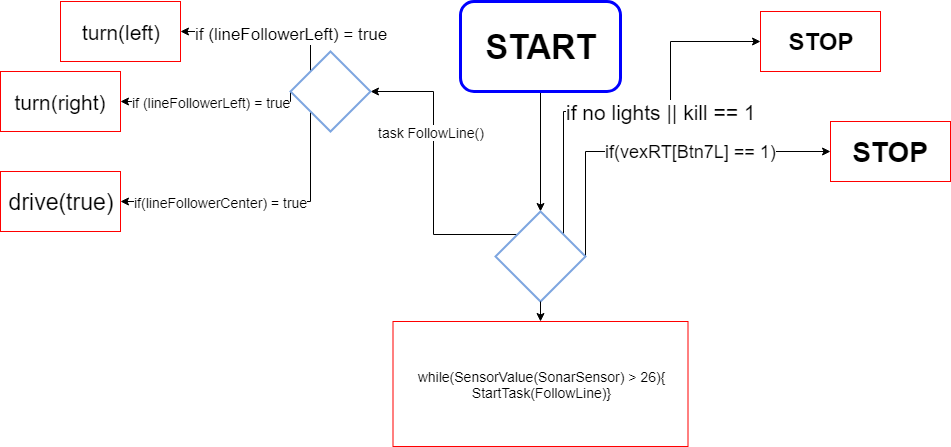
Before: verkefni6/verkefni6_flaedirit.png, a diagram exported from draw.io (BergurIngiO/rob2a). Source tidied: cells renumbered, new cells last; positions are measured from the earlier drawing's top-left corner, leaving out a move shared by most shapes.
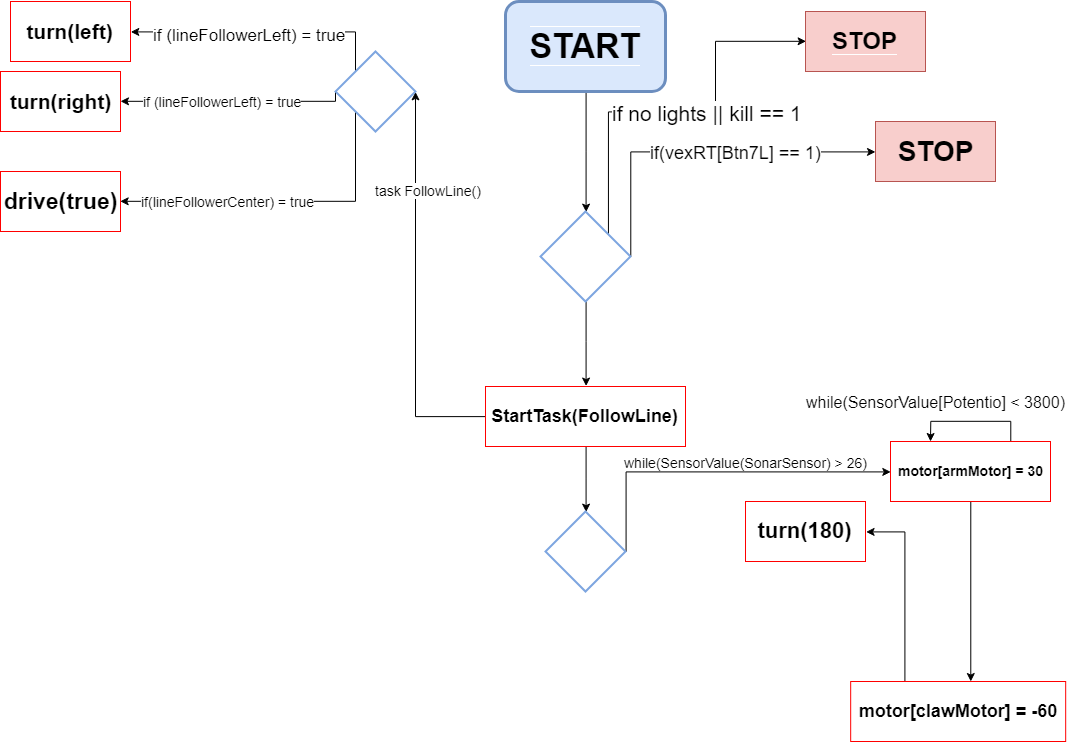
The same diagram one commit later.

What changed in the source:
```diff
@@ -5,7 +5,7 @@
     <mxCell id="2" style="edgeStyle=orthogonalEdgeStyle;rounded=0;html=1;exitX=0.5;exitY=1;jettySize=auto;fontSize=21;fontColor=#000000;" parent="1" edge="1" source="3" target="10">
       <mxGeometry relative="1" as="geometry" />
     </mxCell>
-    <mxCell id="3" value="&lt;b&gt;&lt;font style=&quot;font-size: 34px&quot;&gt;START&lt;/font&gt;&lt;/b&gt;" style="rounded=1;whiteSpace=wrap;html=1;labelBackgroundColor=#FFFFFF;strokeColor=#0000FF;fontSize=21;fontColor=#000000;strokeWidth=3;" parent="1" vertex="1">
+    <mxCell id="3" value="&lt;b&gt;&lt;font style=&quot;font-size: 34px ; background-color: rgb(218 , 232 , 252)&quot;&gt;START&lt;/font&gt;&lt;/b&gt;" style="rounded=1;whiteSpace=wrap;html=1;labelBackgroundColor=#FFFFFF;strokeColor=#6c8ebf;fontSize=21;fontColor=#000000;strokeWidth=3;fillColor=#dae8fc;" parent="1" vertex="1">
       <mxGeometry x="460" width="160" height="90" as="geometry" />
     </mxCell>
     <mxCell id="4" style="edgeStyle=orthogonalEdgeStyle;rounded=0;html=1;exitX=1;exitY=0;jettySize=auto;fontSize=21;fontColor=#000000;" parent="1" edge="1" source="10">
@@ -22,11 +22,10 @@
         <mxPoint x="97" y="-33" as="offset" />
       </mxGeometry>
     </mxCell>
-    <mxCell id="6" style="edgeStyle=orthogonalEdgeStyle;rounded=0;html=1;exitX=0;exitY=0;entryX=1;entryY=0.5;jettySize=auto;fontSize=21;fontColor=#000000;" parent="1" edge="1" source="10" target="18">
+    <mxCell id="6" style="edgeStyle=orthogonalEdgeStyle;rounded=0;html=1;exitX=0;exitY=0.5;entryX=1;entryY=0.5;jettySize=auto;fontSize=21;fontColor=#000000;" parent="1" edge="1" source="28" target="18">
       <mxGeometry relative="1" as="geometry">
         <Array as="points">
-          <mxPoint x="433" y="233" />
-          <mxPoint x="433" y="90" />
+          <mxPoint x="370" y="415" />
         </Array>
       </mxGeometry>
     </mxCell>
@@ -47,15 +46,27 @@
         <mxPoint x="32" y="3" as="offset" />
       </mxGeometry>
     </mxCell>
+    <mxCell id="25" style="edgeStyle=orthogonalEdgeStyle;rounded=0;html=1;exitX=0.5;exitY=1;entryX=0.5;entryY=0;jettySize=auto;fontSize=14;fontColor=#000000;" parent="1" edge="1" source="10" target="28">
+      <mxGeometry relative="1" as="geometry">
+        <Array as="points">
+          <mxPoint x="540" y="340" />
+          <mxPoint x="540" y="340" />
+        </Array>
+      </mxGeometry>
+    </mxCell>
+    <mxCell id="26" value="&lt;span&gt;while(SensorValue(SonarSensor) &amp;gt; 26)&lt;/span&gt;&lt;br&gt;" style="text;html=1;align=center;verticalAlign=middle;labelBackgroundColor=#ffffff;fontSize=14;fontColor=#000000;" parent="25" vertex="1">
+      <mxGeometry x="-0.31" relative="1" as="geometry">
+        <mxPoint x="159.5" y="131" as="offset" />
+      </mxGeometry>
+    </mxCell>
     <mxCell id="10" style="rhombus;whiteSpace=wrap;html=1;labelBackgroundColor=#FFFFFF;strokeColor=#7EA6E0;fontSize=21;fontColor=#000000;strokeWidth=2;" parent="1" vertex="1">
       <mxGeometry x="495" y="210" width="90" height="90" as="geometry" />
     </mxCell>
-    <mxCell id="11" value="&lt;b&gt;&lt;font style=&quot;font-size: 24px&quot;&gt;STOP&lt;/font&gt;&lt;/b&gt;" style="rounded=0;whiteSpace=wrap;html=1;labelBackgroundColor=#FFFFFF;strokeColor=#FF0000;fontSize=21;fontColor=#000000;" parent="1" vertex="1">
+    <mxCell id="11" value="&lt;b&gt;&lt;font style=&quot;font-size: 24px ; background-color: rgb(248 , 206 , 204)&quot;&gt;STOP&lt;/font&gt;&lt;/b&gt;" style="rounded=0;whiteSpace=wrap;html=1;labelBackgroundColor=#FFFFFF;strokeColor=#b85450;fontSize=21;fontColor=#000000;fillColor=#f8cecc;" parent="1" vertex="1">
       <mxGeometry x="760" y="10" width="120" height="60" as="geometry" />
     </mxCell>
-    <mxCell id="12" style="edgeStyle=orthogonalEdgeStyle;rounded=0;html=1;exitX=0;exitY=0;jettySize=auto;fontSize=21;fontColor=#000000;" parent="1" edge="1" source="18">
+    <mxCell id="12" style="edgeStyle=orthogonalEdgeStyle;rounded=0;html=1;exitX=0;exitY=0;jettySize=auto;fontSize=21;fontColor=#000000;entryX=1;entryY=0.5;" parent="1" edge="1" source="18" target="19">
       <mxGeometry relative="1" as="geometry">
-        <mxPoint x="180" y="30" as="targetPoint" />
         <Array as="points">
           <mxPoint x="310" y="30" />
         </Array>
@@ -63,7 +74,7 @@
     </mxCell>
     <mxCell id="13" value="&lt;font style=&quot;font-size: 17px&quot;&gt;if (lineFollowerLeft) = true&lt;/font&gt;" style="text;html=1;align=center;verticalAlign=middle;labelBackgroundColor=#ffffff;fontSize=21;fontColor=#000000;" parent="12" vertex="1">
       <mxGeometry x="0.52" relative="1" as="geometry">
-        <mxPoint x="69" as="offset" />
+        <mxPoint x="55" as="offset" />
       </mxGeometry>
     </mxCell>
     <mxCell id="14" style="edgeStyle=orthogonalEdgeStyle;rounded=0;html=1;exitX=0;exitY=0.5;jettySize=auto;fontSize=21;fontColor=#000000;" parent="1" edge="1" source="18" target="20">
@@ -78,9 +89,8 @@
         <mxPoint x="45" as="offset" />
       </mxGeometry>
     </mxCell>
-    <mxCell id="16" style="edgeStyle=orthogonalEdgeStyle;rounded=0;html=1;exitX=0;exitY=1;jettySize=auto;fontSize=14;fontColor=#000000;" parent="1" edge="1" source="18">
+    <mxCell id="16" style="edgeStyle=orthogonalEdgeStyle;rounded=0;html=1;exitX=0;exitY=1;jettySize=auto;fontSize=14;fontColor=#000000;entryX=1;entryY=0.5;" parent="1" edge="1" source="18" target="21">
       <mxGeometry relative="1" as="geometry">
-        <mxPoint x="120" y="200" as="targetPoint" />
         <Array as="points">
           <mxPoint x="310" y="200" />
         </Array>
@@ -94,23 +104,63 @@
     <mxCell id="18" style="rhombus;whiteSpace=wrap;html=1;labelBackgroundColor=#FFFFFF;strokeColor=#7EA6E0;fontSize=21;fontColor=#000000;strokeWidth=2;" parent="1" vertex="1">
       <mxGeometry x="290" y="50" width="80" height="80" as="geometry" />
     </mxCell>
-    <mxCell id="19" value="turn(left)" style="rounded=0;whiteSpace=wrap;html=1;labelBackgroundColor=#FFFFFF;strokeColor=#FF0000;fontSize=21;fontColor=#000000;" parent="1" vertex="1">
-      <mxGeometry x="60" width="120" height="60" as="geometry" />
+    <mxCell id="19" value="&lt;b&gt;turn(left)&lt;/b&gt;" style="rounded=0;whiteSpace=wrap;html=1;labelBackgroundColor=#FFFFFF;strokeColor=#FF0000;fontSize=21;fontColor=#000000;" parent="1" vertex="1">
+      <mxGeometry x="-35" width="120" height="60" as="geometry" />
     </mxCell>
-    <mxCell id="20" value="&lt;font style=&quot;font-size: 21px&quot;&gt;turn(right)&lt;/font&gt;" style="rounded=0;whiteSpace=wrap;html=1;strokeColor=#FF0000;" parent="1" vertex="1">
-      <mxGeometry y="70" width="120" height="60" as="geometry" />
+    <mxCell id="20" value="&lt;font style=&quot;font-size: 21px&quot;&gt;&lt;b&gt;turn(right)&lt;/b&gt;&lt;/font&gt;" style="rounded=0;whiteSpace=wrap;html=1;strokeColor=#FF0000;" parent="1" vertex="1">
+      <mxGeometry x="-45" y="70" width="120" height="60" as="geometry" />
     </mxCell>
-    <mxCell id="21" value="&lt;font style=&quot;font-size: 23px&quot;&gt;drive(true)&lt;/font&gt;" style="rounded=0;whiteSpace=wrap;html=1;labelBackgroundColor=#FFFFFF;strokeColor=#FF0000;fontSize=14;fontColor=#000000;" parent="1" vertex="1">
-      <mxGeometry y="170" width="120" height="60" as="geometry" />
+    <mxCell id="21" value="&lt;font style=&quot;font-size: 23px&quot;&gt;&lt;b&gt;drive(true)&lt;/b&gt;&lt;/font&gt;" style="rounded=0;whiteSpace=wrap;html=1;labelBackgroundColor=#FFFFFF;strokeColor=#FF0000;fontSize=14;fontColor=#000000;" parent="1" vertex="1">
+      <mxGeometry x="-45" y="170" width="120" height="60" as="geometry" />
     </mxCell>
-    <mxCell id="22" value="&lt;b&gt;&lt;font style=&quot;font-size: 28px&quot;&gt;STOP&lt;/font&gt;&lt;/b&gt;" style="rounded=0;whiteSpace=wrap;html=1;strokeColor=#FF0000;" parent="1" vertex="1">
+    <mxCell id="22" value="&lt;b&gt;&lt;font style=&quot;font-size: 28px&quot;&gt;STOP&lt;/font&gt;&lt;/b&gt;" style="rounded=0;whiteSpace=wrap;html=1;strokeColor=#b85450;fillColor=#f8cecc;" parent="1" vertex="1">
       <mxGeometry x="830" y="120" width="120" height="60" as="geometry" />
     </mxCell>
-    <mxCell id="23" value="while(SensorValue(SonarSensor) &amp;gt; 26){&lt;br&gt;StartTask(FollowLine)}&lt;br&gt;" style="rounded=0;whiteSpace=wrap;html=1;labelBackgroundColor=#FFFFFF;strokeColor=#FF0000;strokeWidth=1;fontSize=14;fontColor=#000000;" parent="1" vertex="1">
-      <mxGeometry x="392.5" y="320" width="295" height="125" as="geometry" />
-    </mxCell>
-    <mxCell id="24" style="edgeStyle=orthogonalEdgeStyle;rounded=0;html=1;exitX=0.5;exitY=1;jettySize=auto;fontSize=14;fontColor=#000000;entryX=0.5;entryY=0;" parent="1" edge="1" source="10" target="23">
-      <mxGeometry relative="1" as="geometry" />
-    </mxCell>
+    <mxCell id="27" style="edgeStyle=orthogonalEdgeStyle;rounded=0;html=1;exitX=0.5;exitY=1;jettySize=auto;fontSize=14;fontColor=#000000;" parent="1" edge="1" source="28" target="31">
+      <mxGeometry relative="1" as="geometry" />
+    </mxCell>
+    <mxCell id="28" value="&lt;font style=&quot;font-size: 18px&quot;&gt;&lt;b&gt;StartTask(FollowLine)&lt;/b&gt;&lt;/font&gt;" style="rounded=0;whiteSpace=wrap;html=1;strokeColor=#FF0000;" parent="1" vertex="1">
+      <mxGeometry x="440" y="385" width="200" height="60" as="geometry" />
+    </mxCell>
+    <mxCell id="29" style="edgeStyle=orthogonalEdgeStyle;rounded=0;html=1;exitX=1;exitY=0.5;jettySize=auto;fontSize=14;fontColor=#000000;entryX=0;entryY=0.5;" parent="1" edge="1" source="31" target="35">
+      <mxGeometry relative="1" as="geometry">
+        <Array as="points">
+          <mxPoint x="581" y="470" />
+        </Array>
+      </mxGeometry>
+    </mxCell>
+    <mxCell id="30" value="while(SensorValue[Potentio] &amp;lt; 3800)" style="text;html=1;align=center;verticalAlign=middle;labelBackgroundColor=#ffffff;fontSize=16;fontColor=#000000;" parent="29" vertex="1">
+      <mxGeometry x="-0.42" y="-49" relative="1" as="geometry">
+        <mxPoint x="288" y="-119.5" as="offset" />
+      </mxGeometry>
+    </mxCell>
+    <mxCell id="31" style="rhombus;whiteSpace=wrap;html=1;strokeWidth=2;strokeColor=#7EA6E0;" parent="1" vertex="1">
+      <mxGeometry x="500" y="510" width="80" height="80" as="geometry" />
+    </mxCell>
+    <mxCell id="32" style="edgeStyle=orthogonalEdgeStyle;rounded=0;html=1;exitX=0.5;exitY=1;entryX=0.5;entryY=1;jettySize=auto;orthogonalLoop=1;fontSize=14;fontColor=#000000;" parent="1" edge="1" source="10" target="10">
+      <mxGeometry relative="1" as="geometry" />
+    </mxCell>
+    <mxCell id="33" style="edgeStyle=orthogonalEdgeStyle;rounded=0;html=1;exitX=0.75;exitY=0;jettySize=auto;fontSize=16;fontColor=#000000;" parent="1" edge="1" source="35">
+      <mxGeometry relative="1" as="geometry">
+        <mxPoint x="885" y="440" as="targetPoint" />
+      </mxGeometry>
+    </mxCell>
+    <mxCell id="34" style="edgeStyle=orthogonalEdgeStyle;rounded=0;html=1;exitX=0.5;exitY=1;jettySize=auto;fontSize=16;fontColor=#000000;" parent="1" edge="1" source="35">
+      <mxGeometry relative="1" as="geometry">
+        <mxPoint x="925.3" y="680" as="targetPoint" />
+      </mxGeometry>
+    </mxCell>
+    <mxCell id="35" value="&lt;b&gt;motor[armMotor] = 30&lt;/b&gt;" style="rounded=0;whiteSpace=wrap;html=1;labelBackgroundColor=#FFFFFF;strokeColor=#FF0000;strokeWidth=1;fontSize=14;fontColor=#000000;" parent="1" vertex="1">
+      <mxGeometry x="845" y="440" width="160" height="60" as="geometry" />
+    </mxCell>
+    <mxCell id="36" style="edgeStyle=orthogonalEdgeStyle;rounded=0;html=1;exitX=0.25;exitY=0;entryX=1;entryY=0.5;jettySize=auto;fontSize=16;fontColor=#000000;" parent="1" edge="1" source="37" target="38">
+      <mxGeometry relative="1" as="geometry" />
+    </mxCell>
+    <mxCell id="37" value="&lt;font style=&quot;font-size: 18px&quot;&gt;&lt;b&gt;motor[clawMotor] = -60&lt;/b&gt;&lt;/font&gt;" style="rounded=0;whiteSpace=wrap;html=1;strokeColor=#FF0000;" parent="1" vertex="1">
+      <mxGeometry x="805.2" y="680" width="215" height="60" as="geometry" />
+    </mxCell>
+    <mxCell id="38" value="&lt;font style=&quot;font-size: 22px&quot;&gt;&lt;b&gt;turn(180)&lt;/b&gt;&lt;/font&gt;" style="rounded=0;whiteSpace=wrap;html=1;strokeColor=#FF0000;" parent="1" vertex="1">
+      <mxGeometry x="700" y="500" width="120" height="60" as="geometry" />
+    </mxCell>
   </root>
 </mxGraphModel>
```
